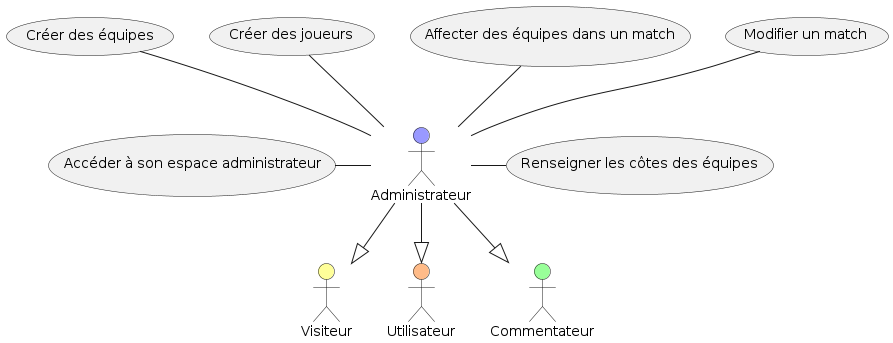
Above: #documents/Diagramme de cas d_utilisation - Administrateur.png in kcdln/Smash-Bowl (PlantUML), before the change.
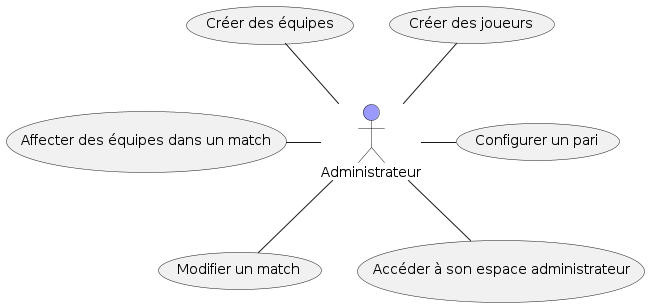
After the commit.

Commit message:
Add "SuperBowlAdmin" usecase diagram & Update Admin one Minor changes into commentator sequential diagram, technical doc, etc.

Change to the diagram source:
```diff
@@ -1,17 +1,10 @@
 @startuml
-actor Visiteur #ffff99
-actor Utilisateur #ffbb88
-actor Commentateur #99ff99
 actor Administrateur #9999ff
 
-Visiteur <|-up- Administrateur
-Utilisateur <|-up- Administrateur
-Commentateur <|-up- Administrateur
-
-Administrateur -left- (Accéder à son espace administrateur)
-Administrateur -right- (Renseigner les côtes des équipes)
-Administrateur -up- (Modifier un match)
-Administrateur -up- (Affecter des équipes dans un match)
 Administrateur -up- (Créer des joueurs)
 Administrateur -up- (Créer des équipes)
+Administrateur -right- (Configurer un pari)
+Administrateur -left- (Affecter des équipes dans un match)
+Administrateur -down- (Modifier un match)
+Administrateur -down- (Accéder à son espace administrateur)
 @enduml
```
